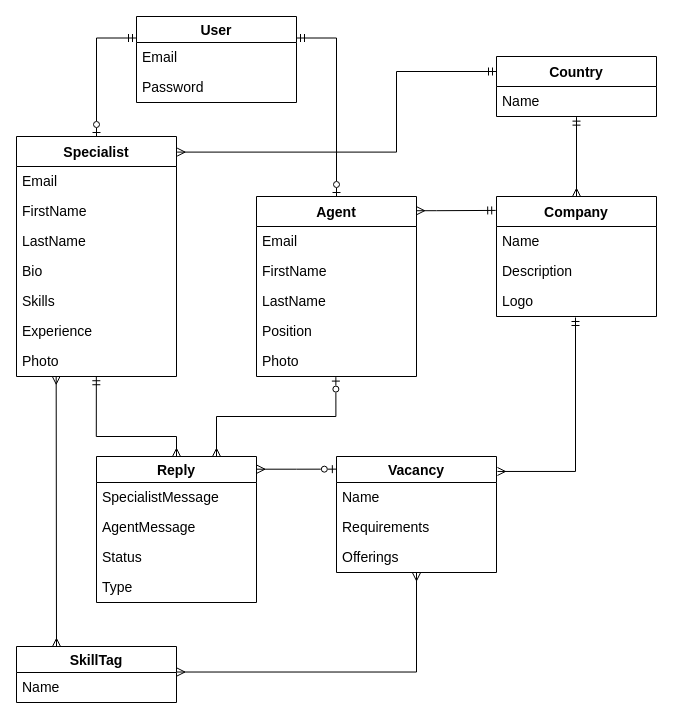
The draw.io diagram docs/BricsSocial_Domain.drawio in BricsSocial/BricsSocial-server, before the edit. Source tidied: cells renumbered, new cells numbered last; positions are measured from the earlier drawing's top-left corner, leaving out a move shared by most shapes. Both pictures are drawn from the tidied source at 100%, with x=0, y=0 at pixel (16, 16).
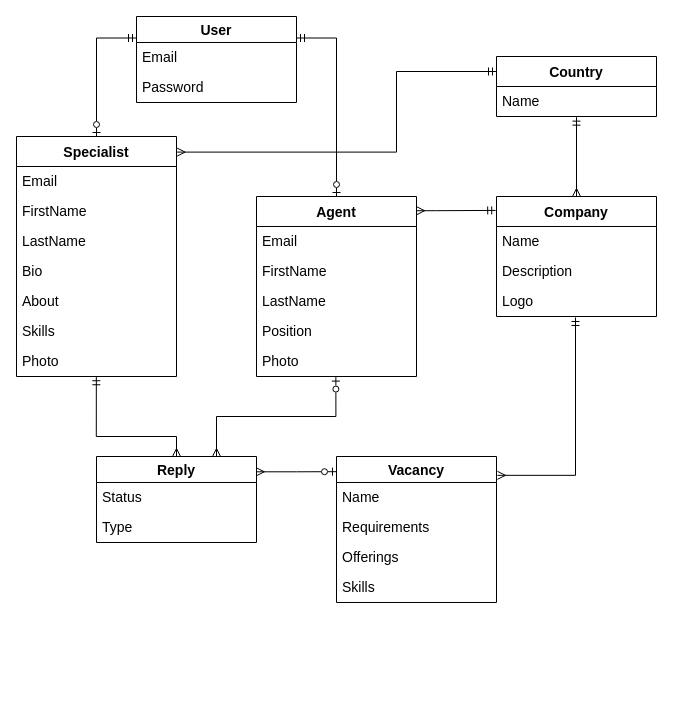
The same page after the edit.

Commit message (it also covers changes not shown here):
feat: update domain scheme

Unchanged cells that the change refers to:
```xml
<mxCell id="2" value="Specialist" style="swimlane;fontStyle=1;horizontal=1;startSize=30;align=center;fontSize=14;" parent="1" vertex="1">
  <mxGeometry y="120" width="160" height="240" as="geometry" />
</mxCell>
<mxCell id="9" value="Photo" style="text;spacingLeft=4;spacingRight=4;overflow=hidden;points=[[0,0.5],[1,0.5]];portConstraint=eastwest;fontSize=14;" parent="2" vertex="1">
  <mxGeometry y="210" width="160" height="30" as="geometry" />
</mxCell>
<mxCell id="26" value="Offerings" style="text;spacingLeft=4;spacingRight=4;overflow=hidden;points=[[0,0.5],[1,0.5]];portConstraint=eastwest;fontSize=14;swimlaneFillColor=none;" parent="23" vertex="1">
  <mxGeometry y="86" width="160" height="30" as="geometry" />
</mxCell>
```

The edit, as a diff of the source:
```diff
@@
+    <mxCell id="8" value="About" style="text;strokeColor=none;fillColor=none;spacingLeft=4;spacingRight=4;overflow=hidden;fontSize=14;" parent="2" vertex="1">
+      <mxGeometry y="150" width="160" height="30" as="geometry" />
+    </mxCell>
     <mxCell id="7" value="Skills" style="text;strokeColor=none;fillColor=none;spacingLeft=4;spacingRight=4;overflow=hidden;fontSize=14;" parent="2" vertex="1">
-      <mxGeometry y="150" width="160" height="30" as="geometry" />
+      <mxGeometry y="180" width="160" height="30" as="geometry" />
     </mxCell>
-    <mxCell id="8" value="Experience" style="text;strokeColor=none;fillColor=none;spacingLeft=4;spacingRight=4;overflow=hidden;fontSize=14;" parent="2" vertex="1">
-      <mxGeometry y="180" width="160" height="30" as="geometry" />
-    </mxCell>
@@
     <mxCell id="23" value="Vacancy" style="swimlane;fontStyle=1;horizontal=1;startSize=26;align=center;fontSize=14;swimlaneFillColor=none;" parent="1" vertex="1">
-      <mxGeometry x="320" y="440" width="160" height="116" as="geometry" />
+      <mxGeometry x="320" y="440" width="160" height="146" as="geometry" />
     </mxCell>
@@
+    <mxCell id="47" value="Skills" style="text;spacingLeft=4;spacingRight=4;overflow=hidden;fontSize=14;swimlaneFillColor=none;" parent="23" vertex="1">
+      <mxGeometry y="116" width="160" height="30" as="geometry" />
+    </mxCell>
@@
     <mxCell id="28" value="Reply" style="swimlane;fontStyle=1;horizontal=1;startSize=26;align=center;fontSize=14;" parent="1" vertex="1">
-      <mxGeometry x="80" y="440" width="160" height="146" as="geometry" />
+      <mxGeometry x="80" y="440" width="160" height="86" as="geometry" />
     </mxCell>
-    <mxCell id="29" value="SpecialistMessage" style="text;spacingLeft=4;spacingRight=4;overflow=hidden;fontSize=14;" parent="28" vertex="1">
-      <mxGeometry y="26" width="160" height="30" as="geometry" />
-    </mxCell>
-    <mxCell id="30" value="AgentMessage" style="text;spacingLeft=4;spacingRight=4;overflow=hidden;fontSize=14;" parent="28" vertex="1">
-      <mxGeometry y="56" width="160" height="30" as="geometry" />
-    </mxCell>
     <mxCell id="31" value="Status" style="text;spacingLeft=4;spacingRight=4;overflow=hidden;fontSize=14;" parent="28" vertex="1">
-      <mxGeometry y="86" width="160" height="30" as="geometry" />
+      <mxGeometry y="26" width="160" height="30" as="geometry" />
     </mxCell>
     <mxCell id="32" value="Type" style="text;spacingLeft=4;spacingRight=4;overflow=hidden;fontSize=14;" parent="28" vertex="1">
-      <mxGeometry y="116" width="160" height="30" as="geometry" />
+      <mxGeometry y="56" width="160" height="30" as="geometry" />
     </mxCell>
@@
-    <mxCell id="42" style="endArrow=ERzeroToOne;html=1;rounded=0;fontSize=14;edgeStyle=orthogonalEdgeStyle;exitX=1.003;exitY=0.087;exitDx=0;exitDy=0;exitPerimeter=0;startArrow=ERmany;startFill=0;endFill=0;entryX=-0.001;entryY=0.109;entryDx=0;entryDy=0;entryPerimeter=0;" parent="1" edge="1" source="28" target="23">
-      <mxGeometry relative="1" as="geometry">
-        <Array as="points">
-          <mxPoint x="280" y="453" />
-        </Array>
-      </mxGeometry>
+    <mxCell id="42" style="endArrow=ERzeroToOne;html=1;rounded=0;fontSize=14;edgeStyle=elbowEdgeStyle;startArrow=ERmany;startFill=0;endFill=0;entryX=0;entryY=0.104;entryDx=0;entryDy=0;entryPerimeter=0;exitX=0.999;exitY=0.178;exitDx=0;exitDy=0;exitPerimeter=0;" parent="1" edge="1" source="28" target="23">
+      <mxGeometry relative="1" as="geometry" />
     </mxCell>
-    <mxCell id="43" value="SkillTag" style="swimlane;fontStyle=1;horizontal=1;startSize=26;align=center;fontSize=14;" parent="1" vertex="1">
-      <mxGeometry y="630" width="160" height="56" as="geometry" />
-    </mxCell>
-    <mxCell id="44" value="Name" style="text;spacingLeft=4;spacingRight=4;overflow=hidden;points=[[0,0.5],[1,0.5]];portConstraint=eastwest;fontSize=14;" parent="43" vertex="1">
-      <mxGeometry y="26" width="160" height="30" as="geometry" />
-    </mxCell>
-    <mxCell id="45" style="edgeStyle=elbowEdgeStyle;fontSize=14;html=1;endArrow=ERmany;startArrow=ERmany;rounded=0;exitX=1.003;exitY=-0.016;exitDx=0;exitDy=0;exitPerimeter=0;startFill=0;endFill=0;entryX=0.5;entryY=1.009;entryDx=0;entryDy=0;entryPerimeter=0;" parent="1" edge="1" source="44" target="26">
-      <mxGeometry relative="1" as="geometry">
-        <Array as="points">
-          <mxPoint x="400" y="610" />
-        </Array>
-      </mxGeometry>
-    </mxCell>
-    <mxCell id="46" style="edgeStyle=elbowEdgeStyle;fontSize=14;html=1;endArrow=ERmany;startArrow=ERmany;rounded=0;exitX=0.248;exitY=0.989;exitDx=0;exitDy=0;exitPerimeter=0;startFill=0;endFill=0;entryX=0.25;entryY=0;entryDx=0;entryDy=0;" parent="1" edge="1" source="9" target="43">
-      <mxGeometry relative="1" as="geometry">
-        <Array as="points">
-          <mxPoint x="40" y="490" />
-        </Array>
-      </mxGeometry>
-    </mxCell>
```
